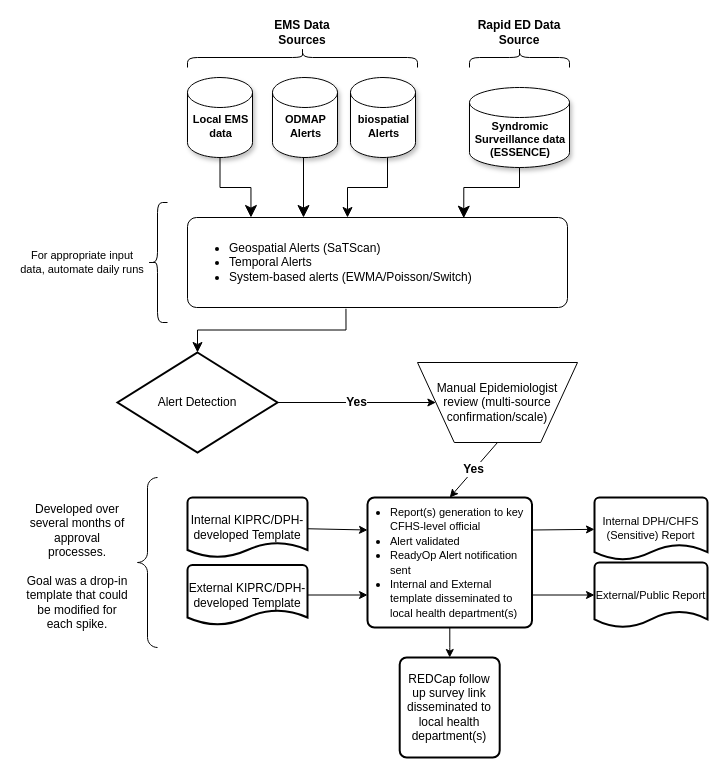
Above: KDOAS.drawio in andrew-farrey/drawio (draw.io), before the change. Source tidied: cells renumbered, new cells numbered last; positions are measured from the earlier drawing's top-left corner, leaving out a move shared by most shapes. Both pictures are drawn from the tidied source at 100%, with x=0, y=0 at pixel (17, 17).
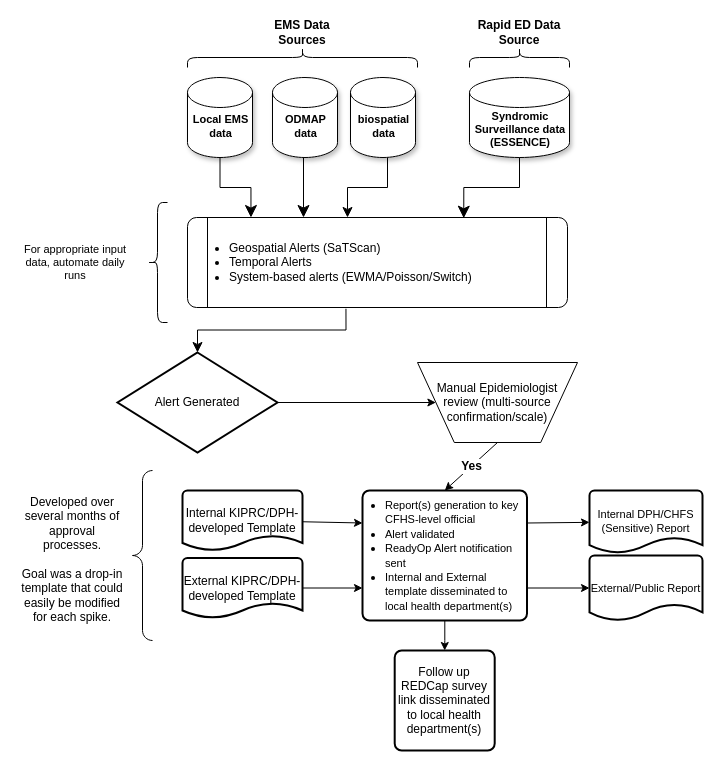
After the change.

The change refers to these unchanged cells:
```xml
<mxCell id="9" value="Manual Epidemiologist review (multi-source confirmation/scale)" style="verticalLabelPosition=middle;verticalAlign=middle;html=1;shape=trapezoid;perimeter=trapezoidPerimeter;whiteSpace=wrap;size=0.23;arcSize=10;flipV=1;labelPosition=center;align=center;" parent="1" vertex="1">
  <mxGeometry x="400" y="345" width="160" height="80" as="geometry" />
</mxCell>
```

Diff of the diagram source:
```diff
@@
     <mxCell id="7" value="For appropriate input data, automate daily runs" style="text;html=1;whiteSpace=wrap;strokeColor=none;fillColor=none;align=center;verticalAlign=middle;rounded=0;fontSize=11;" parent="1" vertex="1">
-      <mxGeometry y="230" width="130" height="30" as="geometry" />
+      <mxGeometry x="1" y="230" width="114" height="30" as="geometry" />
     </mxCell>
-    <mxCell id="8" value="Alert Detection" style="strokeWidth=2;html=1;shape=mxgraph.flowchart.decision;whiteSpace=wrap;" parent="1" vertex="1">
+    <mxCell id="8" value="Alert Generated" style="strokeWidth=2;html=1;shape=mxgraph.flowchart.decision;whiteSpace=wrap;" parent="1" vertex="1">
       <mxGeometry x="100" y="335" width="160" height="100" as="geometry" />
     </mxCell>
@@
     <mxCell id="10" value="Syndromic Surveillance data&lt;br&gt;(ESSENCE)" style="shape=cylinder3;boundedLbl=1;backgroundOutline=1;size=15;movableLabel=0;shadow=1;fontStyle=1;fontSize=11;verticalAlign=middle;textShadow=0;labelBackgroundColor=none;align=center;whiteSpace=wrap;html=1;textDirection=ltr;spacingTop=-17;" parent="1" vertex="1">
-      <mxGeometry x="452" y="70" width="100" height="80" as="geometry">
+      <mxGeometry x="452" y="60" width="100" height="80" as="geometry">
         <mxPoint x="1" y="8" as="offset" />
       </mxGeometry>
     </mxCell>
@@
-    <mxCell id="14" value="Yes" style="endArrow=classic;html=1;rounded=0;fontSize=12;fontStyle=1;exitX=1;exitY=0.5;exitDx=0;exitDy=0;exitPerimeter=0;entryX=0;entryY=0.5;entryDx=0;entryDy=0;strokeWidth=1;" parent="1" edge="1" source="8" target="9">
+    <mxCell id="14" style="endArrow=classic;html=1;rounded=0;fontSize=12;fontStyle=1;exitX=1;exitY=0.5;exitDx=0;exitDy=0;exitPerimeter=0;entryX=0;entryY=0.5;entryDx=0;entryDy=0;strokeWidth=1;" parent="1" edge="1" source="8" target="9">
       <mxGeometry relative="1" as="geometry" />
     </mxCell>
-    <mxCell id="15" style="rounded=0;jettySize=auto;html=1;exitX=1;exitY=0.75;exitDx=0;exitDy=0;" parent="1" edge="1" source="30" target="16">
-      <mxGeometry relative="1" as="geometry" />
-    </mxCell>
-    <mxCell id="16" value="External/Public Report" style="strokeWidth=2;html=1;shape=mxgraph.flowchart.document2;whiteSpace=wrap;size=0.25;fontSize=11;" parent="1" vertex="1">
-      <mxGeometry x="577" y="545" width="113" height="65" as="geometry" />
-    </mxCell>
     <mxCell id="17" value="Internal DPH/CHFS (Sensitive) Report" style="strokeWidth=2;html=1;shape=mxgraph.flowchart.document2;whiteSpace=wrap;size=0.25;fontSize=11;" parent="1" vertex="1">
-      <mxGeometry x="577" y="480" width="113" height="62.5" as="geometry" />
+      <mxGeometry x="572" y="473" width="113" height="62.5" as="geometry" />
     </mxCell>
-    <mxCell id="18" style="rounded=0;jettySize=auto;html=1;entryX=0;entryY=0.25;entryDx=0;entryDy=0;" parent="1" edge="1" source="19" target="30">
-      <mxGeometry relative="1" as="geometry" />
-    </mxCell>
     <mxCell id="19" value="Internal KIPRC/DPH-developed Template" style="strokeWidth=2;html=1;shape=mxgraph.flowchart.document2;whiteSpace=wrap;size=0.25;" parent="1" vertex="1">
-      <mxGeometry x="170" y="480" width="120" height="60" as="geometry" />
+      <mxGeometry x="165" y="473" width="120" height="60" as="geometry" />
     </mxCell>
-    <mxCell id="20" style="rounded=0;jettySize=auto;html=1;exitX=1;exitY=0.5;exitDx=0;exitDy=0;exitPerimeter=0;entryX=0;entryY=0.75;entryDx=0;entryDy=0;" parent="1" edge="1" source="21" target="30">
-      <mxGeometry relative="1" as="geometry" />
-    </mxCell>
-    <mxCell id="21" value="External KIPRC/DPH-developed Template" style="strokeWidth=2;html=1;shape=mxgraph.flowchart.document2;whiteSpace=wrap;size=0.25;" parent="1" vertex="1">
-      <mxGeometry x="170" y="547.5" width="120" height="60" as="geometry" />
-    </mxCell>
-    <mxCell id="22" value="biospatial Alerts" style="shape=cylinder3;boundedLbl=1;backgroundOutline=1;size=15;movableLabel=0;shadow=1;fontStyle=1;fontSize=11;verticalAlign=middle;textShadow=0;labelBackgroundColor=none;align=center;whiteSpace=wrap;html=1;textDirection=ltr;spacingTop=-24;" parent="1" vertex="1">
+    <mxCell id="22" value="biospatial data" style="shape=cylinder3;boundedLbl=1;backgroundOutline=1;size=15;movableLabel=0;shadow=1;fontStyle=1;fontSize=11;verticalAlign=middle;textShadow=0;labelBackgroundColor=none;align=center;whiteSpace=wrap;html=1;textDirection=ltr;spacingTop=-24;" parent="1" vertex="1">
       <mxGeometry x="333" y="60" width="65" height="80" as="geometry">
         <mxPoint x="1" y="8" as="offset" />
       </mxGeometry>
     </mxCell>
-    <mxCell id="23" value="ODMAP Alerts" style="shape=cylinder3;boundedLbl=1;backgroundOutline=1;size=15;movableLabel=0;shadow=1;fontStyle=1;fontSize=11;verticalAlign=middle;textShadow=0;labelBackgroundColor=none;align=center;whiteSpace=wrap;html=1;textDirection=ltr;spacingTop=-24;" parent="1" vertex="1">
+    <mxCell id="23" value="ODMAP data" style="shape=cylinder3;boundedLbl=1;backgroundOutline=1;size=15;movableLabel=0;shadow=1;fontStyle=1;fontSize=11;verticalAlign=middle;textShadow=0;labelBackgroundColor=none;align=center;whiteSpace=wrap;html=1;textDirection=ltr;spacingTop=-24;" parent="1" vertex="1">
       <mxGeometry x="255" y="60" width="65" height="80" as="geometry">
         <mxPoint x="1" y="8" as="offset" />
       </mxGeometry>
     </mxCell>
@@
-    <mxCell id="28" style="rounded=0;jettySize=auto;html=1;exitX=1;exitY=0.25;exitDx=0;exitDy=0;" parent="1" edge="1" source="30" target="17">
-      <mxGeometry relative="1" as="geometry" />
-    </mxCell>
-    <mxCell id="29" style="edgeStyle=orthogonalEdgeStyle;rounded=0;jettySize=auto;html=1;" parent="1" edge="1" source="30" target="35">
-      <mxGeometry relative="1" as="geometry" />
-    </mxCell>
     <mxCell id="30" value="&lt;ul&gt;&lt;li&gt;&lt;span style=&quot;background-color: transparent; color: light-dark(rgb(0, 0, 0), rgb(255, 255, 255));&quot;&gt;&lt;font style=&quot;font-size: 11px;&quot;&gt;Report(s) generation to key CFHS-level official&lt;/font&gt;&lt;/span&gt;&lt;/li&gt;&lt;li&gt;&lt;font style=&quot;font-size: 11px;&quot;&gt;&lt;font style=&quot;&quot;&gt;Alert validated&lt;/font&gt;&lt;/font&gt;&lt;/li&gt;&lt;li&gt;&lt;font style=&quot;font-size: 11px;&quot;&gt;ReadyOp Alert notification sent&lt;/font&gt;&lt;/li&gt;&lt;li&gt;&lt;font style=&quot;font-size: 11px;&quot;&gt;Internal and External template disseminated to local health department(s)&amp;nbsp;&lt;/font&gt;&lt;/li&gt;&lt;/ul&gt;" style="rounded=1;whiteSpace=wrap;html=1;absoluteArcSize=1;arcSize=14;strokeWidth=2;align=left;spacingRight=0;spacingLeft=-19;" parent="1" vertex="1">
-      <mxGeometry x="350" y="480" width="164.5" height="130" as="geometry" />
+      <mxGeometry x="345" y="473" width="164.5" height="130" as="geometry" />
     </mxCell>
@@
     <mxCell id="32" style="labelPosition=right;align=left;strokeWidth=1;shape=mxgraph.mockup.markup.curlyBrace;html=1;shadow=0;dashed=0;strokeColor=default;direction=north;" parent="1" vertex="1">
-      <mxGeometry x="120" y="460" width="20" height="170" as="geometry" />
+      <mxGeometry x="115" y="453" width="20" height="170" as="geometry" />
     </mxCell>
+    <mxCell id="36" style="group;" parent="1" vertex="1">
+      <mxGeometry y="490.5" width="685" height="242.5" as="geometry" />
+    </mxCell>
+    <mxCell id="15" style="rounded=0;jettySize=auto;html=1;exitX=1;exitY=0.75;exitDx=0;exitDy=0;" parent="36" edge="1" source="30" target="16">
+      <mxGeometry relative="1" as="geometry" />
+    </mxCell>
+    <mxCell id="16" value="External/Public Report" style="strokeWidth=2;html=1;shape=mxgraph.flowchart.document2;whiteSpace=wrap;size=0.25;fontSize=11;" parent="36" vertex="1">
+      <mxGeometry x="572" y="47.5" width="113" height="65" as="geometry" />
+    </mxCell>
+    <mxCell id="18" style="rounded=0;jettySize=auto;html=1;entryX=0;entryY=0.25;entryDx=0;entryDy=0;" parent="36" edge="1" source="19" target="30">
+      <mxGeometry relative="1" as="geometry" />
+    </mxCell>
+    <mxCell id="20" style="rounded=0;jettySize=auto;html=1;exitX=1;exitY=0.5;exitDx=0;exitDy=0;exitPerimeter=0;entryX=0;entryY=0.75;entryDx=0;entryDy=0;" parent="36" edge="1" source="21" target="30">
+      <mxGeometry relative="1" as="geometry" />
+    </mxCell>
+    <mxCell id="21" value="External KIPRC/DPH-developed Template" style="strokeWidth=2;html=1;shape=mxgraph.flowchart.document2;whiteSpace=wrap;size=0.25;" parent="36" vertex="1">
+      <mxGeometry x="165" y="50" width="120" height="60" as="geometry" />
+    </mxCell>
+    <mxCell id="28" style="rounded=0;jettySize=auto;html=1;exitX=1;exitY=0.25;exitDx=0;exitDy=0;" parent="36" edge="1" source="30" target="17">
+      <mxGeometry relative="1" as="geometry" />
+    </mxCell>
+    <mxCell id="29" style="edgeStyle=orthogonalEdgeStyle;rounded=0;jettySize=auto;html=1;" parent="36" edge="1" source="30" target="35">
+      <mxGeometry relative="1" as="geometry" />
+    </mxCell>
-    <mxCell id="33" value="Developed over several months of approval processes." style="text;html=1;whiteSpace=wrap;strokeColor=none;fillColor=none;align=center;verticalAlign=middle;rounded=0;" parent="1" vertex="1">
-      <mxGeometry x="10" y="497.5" width="100" height="30" as="geometry" />
+    <mxCell id="33" value="Developed over several months of approval processes." style="text;html=1;whiteSpace=wrap;strokeColor=none;fillColor=none;align=center;verticalAlign=middle;rounded=0;" parent="36" vertex="1">
+      <mxGeometry x="5" width="100" height="30" as="geometry" />
     </mxCell>
-    <mxCell id="34" value="Goal was a drop-in template that could be modified for each spike." style="text;html=1;whiteSpace=wrap;strokeColor=none;fillColor=none;align=center;verticalAlign=middle;rounded=0;" parent="1" vertex="1">
-      <mxGeometry x="5" y="550" width="110" height="70" as="geometry" />
+    <mxCell id="34" value="Goal was a drop-in template that could easily be modified for each spike." style="text;html=1;whiteSpace=wrap;strokeColor=none;fillColor=none;align=center;verticalAlign=middle;rounded=0;" parent="36" vertex="1">
+      <mxGeometry y="52.5" width="110" height="70" as="geometry" />
     </mxCell>
-    <mxCell id="35" value="REDCap follow up survey link disseminated to local health department(s)" style="rounded=1;whiteSpace=wrap;html=1;absoluteArcSize=1;arcSize=14;strokeWidth=2;" parent="1" vertex="1">
-      <mxGeometry x="382.2" y="640" width="100" height="100" as="geometry" />
+    <mxCell id="35" value="Follow up REDCap survey link disseminated to local health department(s)" style="rounded=1;whiteSpace=wrap;html=1;absoluteArcSize=1;arcSize=14;strokeWidth=2;" parent="36" vertex="1">
+      <mxGeometry x="377.2" y="142.5" width="100" height="100" as="geometry" />
     </mxCell>
+    <mxCell id="37" style="shape=partialRectangle;whiteSpace=wrap;html=1;top=0;bottom=0;fillColor=none;" parent="1" vertex="1">
+      <mxGeometry x="190" y="201" width="339" height="89" as="geometry" />
+    </mxCell>
```
